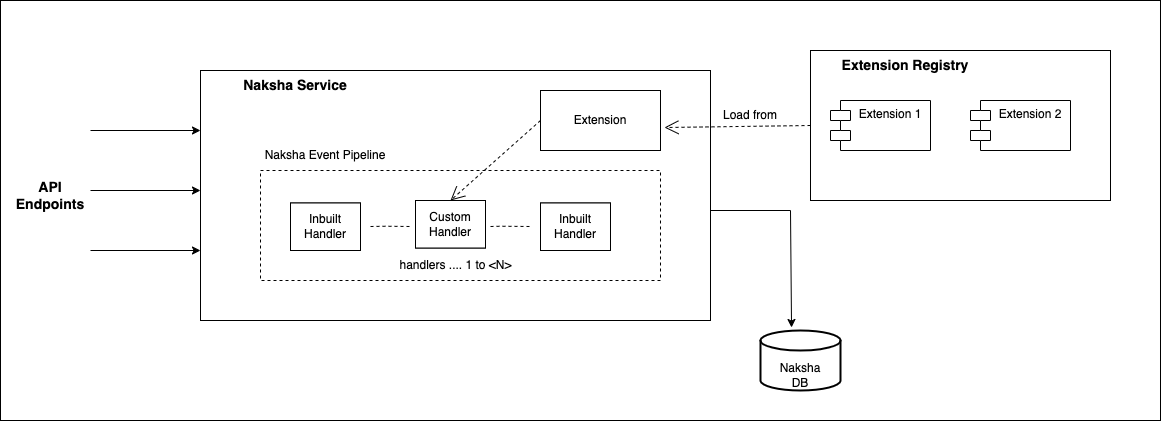
Above: docs/diagrams/extensions_loading.png in heremaps/naksha (draw.io), before the change. Source tidied: cells renumbered, new cells last; positions are measured from the earlier drawing's top-left corner, leaving out a move shared by most shapes. The source it was exported from:
```xml
<mxGraphModel>
  <root>
    <mxCell id="0" />
    <mxCell id="1" parent="0" />
    <mxCell id="2" style="rounded=0;whiteSpace=wrap;html=1;" parent="1" vertex="1">
      <mxGeometry width="1160" height="420" as="geometry" />
    </mxCell>
    <mxCell id="3" style="rounded=0;whiteSpace=wrap;html=1;fillColor=#FFFFFF;strokeColor=#000000;" parent="1" vertex="1">
      <mxGeometry x="200" y="70" width="510" height="250" as="geometry" />
    </mxCell>
    <mxCell id="4" style="rounded=0;whiteSpace=wrap;html=1;dashed=1;fillColor=#FFFFFF;strokeColor=#000000;" parent="1" vertex="1">
      <mxGeometry x="260" y="170" width="400" height="110" as="geometry" />
    </mxCell>
    <mxCell id="5" style="rounded=0;whiteSpace=wrap;html=1;fillColor=#FFFFFF;strokeColor=#000000;" parent="1" vertex="1">
      <mxGeometry x="540" y="90" width="120" height="60" as="geometry" />
    </mxCell>
    <mxCell id="6" style="rounded=0;whiteSpace=wrap;html=1;" parent="1" vertex="1">
      <mxGeometry x="290" y="202.5" width="70" height="45" as="geometry" />
    </mxCell>
    <mxCell id="7" style="rounded=0;whiteSpace=wrap;html=1;" parent="1" vertex="1">
      <mxGeometry x="415" y="202.5" width="70" height="45" as="geometry" />
    </mxCell>
    <mxCell id="8" style="rounded=0;whiteSpace=wrap;html=1;" parent="1" vertex="1">
      <mxGeometry x="540" y="202.5" width="70" height="45" as="geometry" />
    </mxCell>
    <mxCell id="9" style="endArrow=classic;html=1;rounded=0;" parent="1" edge="1">
      <mxGeometry relative="1" as="geometry">
        <mxPoint x="90" y="130" as="sourcePoint" />
        <mxPoint x="200" y="130" as="targetPoint" />
      </mxGeometry>
    </mxCell>
    <mxCell id="10" style="endArrow=classic;html=1;rounded=0;" parent="1" edge="1">
      <mxGeometry relative="1" as="geometry">
        <mxPoint x="90" y="190" as="sourcePoint" />
        <mxPoint x="200" y="190" as="targetPoint" />
      </mxGeometry>
    </mxCell>
    <mxCell id="11" style="endArrow=classic;html=1;rounded=0;" parent="1" edge="1">
      <mxGeometry relative="1" as="geometry">
        <mxPoint x="90" y="250" as="sourcePoint" />
        <mxPoint x="200" y="250" as="targetPoint" />
      </mxGeometry>
    </mxCell>
    <mxCell id="12" style="rounded=0;whiteSpace=wrap;html=1;fillColor=#FFFFFF;" parent="1" vertex="1">
      <mxGeometry x="810" y="50" width="300" height="150" as="geometry" />
    </mxCell>
    <mxCell id="13" style="strokeWidth=2;html=1;shape=mxgraph.flowchart.database;whiteSpace=wrap;fillColor=#FFFFFF;" parent="1" vertex="1">
      <mxGeometry x="760" y="330" width="80" height="60" as="geometry" />
    </mxCell>
    <mxCell id="14" style="endArrow=classic;html=1;rounded=0;entryX=0.388;entryY=-0.05;entryDx=0;entryDy=0;entryPerimeter=0;" parent="1" edge="1" target="13">
      <mxGeometry relative="1" as="geometry">
        <mxPoint x="790" y="210" as="sourcePoint" />
      </mxGeometry>
    </mxCell>
    <mxCell id="15" style="endArrow=none;html=1;rounded=0;" parent="1" edge="1">
      <mxGeometry relative="1" as="geometry">
        <mxPoint x="710" y="210" as="sourcePoint" />
        <mxPoint x="790" y="210" as="targetPoint" />
      </mxGeometry>
    </mxCell>
    <mxCell id="16" value="&lt;b&gt;&lt;font style=&quot;font-size: 14px;&quot;&gt;Naksha Service&lt;/font&gt;&lt;/b&gt;" style="text;strokeColor=none;align=center;fillColor=none;html=1;verticalAlign=middle;whiteSpace=wrap;rounded=0;fontColor=#000000;" parent="1" vertex="1">
      <mxGeometry x="200" y="70" width="190" height="30" as="geometry" />
    </mxCell>
    <mxCell id="17" value="Naksha Event Pipeline" style="text;strokeColor=none;align=center;fillColor=none;html=1;verticalAlign=middle;whiteSpace=wrap;rounded=0;fontColor=#000000;" parent="1" vertex="1">
      <mxGeometry x="255" y="140" width="140" height="30" as="geometry" />
    </mxCell>
    <mxCell id="18" value="Inbuilt&lt;br&gt;Handler" style="text;strokeColor=none;align=center;fillColor=none;html=1;verticalAlign=middle;whiteSpace=wrap;rounded=0;fillColor=#FFFFFF;fontColor=#000000;strokeColor=#000000;" parent="1" vertex="1">
      <mxGeometry x="290" y="202.5" width="70" height="47.5" as="geometry" />
    </mxCell>
    <mxCell id="19" value="Inbuilt&lt;br&gt;Handler" style="text;strokeColor=none;align=center;fillColor=none;html=1;verticalAlign=middle;whiteSpace=wrap;rounded=0;fillColor=#FFFFFF;fontColor=#000000;strokeColor=#000000;" parent="1" vertex="1">
      <mxGeometry x="540" y="202.5" width="70" height="47.5" as="geometry" />
    </mxCell>
    <mxCell id="20" value="Custom&lt;br&gt;Handler" style="text;strokeColor=none;align=center;fillColor=none;html=1;verticalAlign=middle;whiteSpace=wrap;rounded=0;fillColor=#FFFFFF;fontColor=#000000;strokeColor=#000000;" parent="1" vertex="1">
      <mxGeometry x="415" y="200" width="70" height="47.5" as="geometry" />
    </mxCell>
    <mxCell id="21" style="endArrow=none;dashed=1;html=1;rounded=0;strokeColor=#000000;" parent="1" edge="1">
      <mxGeometry relative="1" as="geometry">
        <mxPoint x="370" y="226" as="sourcePoint" />
        <mxPoint x="410" y="226" as="targetPoint" />
        <Array as="points">
          <mxPoint x="385" y="225.8" />
        </Array>
      </mxGeometry>
    </mxCell>
    <mxCell id="22" style="endArrow=none;dashed=1;html=1;rounded=0;strokeColor=#000000;" parent="1" edge="1">
      <mxGeometry relative="1" as="geometry">
        <mxPoint x="490" y="226" as="sourcePoint" />
        <mxPoint x="530" y="226" as="targetPoint" />
        <Array as="points">
          <mxPoint x="500" y="225.8" />
        </Array>
      </mxGeometry>
    </mxCell>
    <mxCell id="23" value="Extension" style="text;strokeColor=none;align=center;fillColor=none;html=1;verticalAlign=middle;whiteSpace=wrap;rounded=0;fillColor=#FFFFFF;fontColor=#000000;" parent="1" vertex="1">
      <mxGeometry x="560" y="102.5" width="80" height="35" as="geometry" />
    </mxCell>
    <mxCell id="24" value="Extension 1" style="shape=module;align=left;spacingLeft=20;align=center;verticalAlign=top;whiteSpace=wrap;html=1;fillColor=#FFFFFF;fontColor=#000000;strokeColor=#000000;" parent="1" vertex="1">
      <mxGeometry x="830" y="100" width="100" height="50" as="geometry" />
    </mxCell>
    <mxCell id="25" value="Extension 2" style="shape=module;align=left;spacingLeft=20;align=center;verticalAlign=top;whiteSpace=wrap;html=1;fillColor=#FFFFFF;fontColor=#000000;strokeColor=#000000;" parent="1" vertex="1">
      <mxGeometry x="970" y="100" width="100" height="50" as="geometry" />
    </mxCell>
    <mxCell id="26" value="&lt;b&gt;&lt;font style=&quot;font-size: 14px;&quot;&gt;Extension Registry&lt;/font&gt;&lt;/b&gt;" style="text;strokeColor=none;align=center;fillColor=none;html=1;verticalAlign=middle;whiteSpace=wrap;rounded=0;fontColor=#000000;" parent="1" vertex="1">
      <mxGeometry x="810" y="50" width="190" height="30" as="geometry" />
    </mxCell>
    <mxCell id="27" value="Naksha&lt;br&gt;DB" style="text;strokeColor=none;align=center;fillColor=none;html=1;verticalAlign=middle;whiteSpace=wrap;rounded=0;fontColor=#000000;" parent="1" vertex="1">
      <mxGeometry x="770" y="360" width="60" height="30" as="geometry" />
    </mxCell>
    <mxCell id="28" style="endArrow=open;endSize=12;dashed=1;html=1;rounded=0;exitX=0;exitY=0.5;exitDx=0;exitDy=0;entryX=1.033;entryY=0.617;entryDx=0;entryDy=0;entryPerimeter=0;" parent="1" edge="1" source="12" target="5">
      <mxGeometry relative="1" as="geometry" />
    </mxCell>
    <mxCell id="29" value="Load from" style="text;strokeColor=none;align=center;fillColor=none;html=1;verticalAlign=middle;whiteSpace=wrap;rounded=0;rotation=0;" parent="1" vertex="1">
      <mxGeometry x="720" y="100" width="60" height="30" as="geometry" />
    </mxCell>
    <mxCell id="30" style="endArrow=open;endSize=12;dashed=1;html=1;rounded=0;entryX=0.5;entryY=0;entryDx=0;entryDy=0;strokeColor=#000000;" parent="1" edge="1" target="20">
      <mxGeometry relative="1" as="geometry">
        <mxPoint x="540" y="120" as="sourcePoint" />
      </mxGeometry>
    </mxCell>
    <mxCell id="31" value="&lt;b&gt;&lt;font style=&quot;font-size: 14px;&quot;&gt;API&lt;br&gt;Endpoints&lt;/font&gt;&lt;/b&gt;" style="text;strokeColor=none;align=center;fillColor=none;html=1;verticalAlign=middle;whiteSpace=wrap;rounded=0;" parent="1" vertex="1">
      <mxGeometry x="20" y="155" width="60" height="80" as="geometry" />
    </mxCell>
    <mxCell id="32" value="handlers .... 1 to &amp;lt;N&amp;gt;" style="text;strokeColor=none;align=center;fillColor=none;html=1;verticalAlign=middle;whiteSpace=wrap;rounded=0;fontColor=#000000;" parent="1" vertex="1">
      <mxGeometry x="367.5" y="250" width="175" height="30" as="geometry" />
    </mxCell>
  </root>
</mxGraphModel>
```
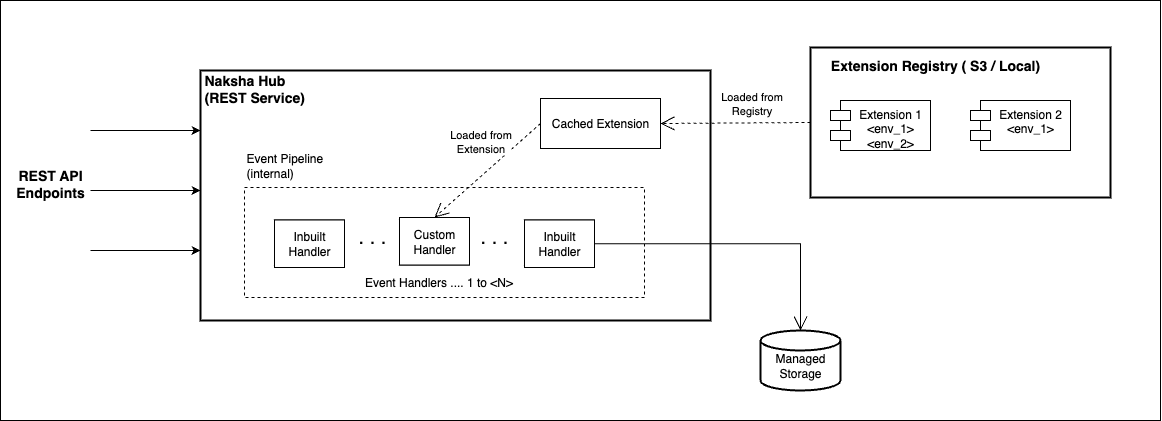
After the commit.

Commit message:
Updated Workflow Diagram.

The edit, as a diff of the source:
```diff
@@ -5,23 +5,23 @@
     <mxCell id="2" style="rounded=0;whiteSpace=wrap;html=1;" parent="1" vertex="1">
       <mxGeometry width="1160" height="420" as="geometry" />
     </mxCell>
-    <mxCell id="3" style="rounded=0;whiteSpace=wrap;html=1;fillColor=#FFFFFF;strokeColor=#000000;" parent="1" vertex="1">
+    <mxCell id="3" style="rounded=0;whiteSpace=wrap;html=1;fillColor=#FFFFFF;strokeColor=#000000;strokeWidth=2;" parent="1" vertex="1">
       <mxGeometry x="200" y="70" width="510" height="250" as="geometry" />
     </mxCell>
     <mxCell id="4" style="rounded=0;whiteSpace=wrap;html=1;dashed=1;fillColor=#FFFFFF;strokeColor=#000000;" parent="1" vertex="1">
-      <mxGeometry x="260" y="170" width="400" height="110" as="geometry" />
+      <mxGeometry x="244" y="187" width="400" height="110" as="geometry" />
     </mxCell>
-    <mxCell id="5" style="rounded=0;whiteSpace=wrap;html=1;fillColor=#FFFFFF;strokeColor=#000000;" parent="1" vertex="1">
-      <mxGeometry x="540" y="90" width="120" height="60" as="geometry" />
+    <mxCell id="5" value="Cached Extension" style="rounded=0;whiteSpace=wrap;html=1;fillColor=#FFFFFF;strokeColor=#000000;" parent="1" vertex="1">
+      <mxGeometry x="540" y="98" width="120" height="50" as="geometry" />
     </mxCell>
     <mxCell id="6" style="rounded=0;whiteSpace=wrap;html=1;" parent="1" vertex="1">
-      <mxGeometry x="290" y="202.5" width="70" height="45" as="geometry" />
+      <mxGeometry x="274" y="219.5" width="70" height="45" as="geometry" />
     </mxCell>
     <mxCell id="7" style="rounded=0;whiteSpace=wrap;html=1;" parent="1" vertex="1">
-      <mxGeometry x="415" y="202.5" width="70" height="45" as="geometry" />
+      <mxGeometry x="399" y="219.5" width="70" height="45" as="geometry" />
     </mxCell>
     <mxCell id="8" style="rounded=0;whiteSpace=wrap;html=1;" parent="1" vertex="1">
-      <mxGeometry x="540" y="202.5" width="70" height="45" as="geometry" />
+      <mxGeometry x="524" y="219.5" width="70" height="45" as="geometry" />
     </mxCell>
     <mxCell id="9" style="endArrow=classic;html=1;rounded=0;" parent="1" edge="1">
       <mxGeometry relative="1" as="geometry">
@@ -41,87 +41,69 @@
         <mxPoint x="200" y="250" as="targetPoint" />
       </mxGeometry>
     </mxCell>
-    <mxCell id="12" style="rounded=0;whiteSpace=wrap;html=1;fillColor=#FFFFFF;" parent="1" vertex="1">
-      <mxGeometry x="810" y="50" width="300" height="150" as="geometry" />
+    <mxCell id="12" style="rounded=0;whiteSpace=wrap;html=1;fillColor=#FFFFFF;strokeWidth=2;" parent="1" vertex="1">
+      <mxGeometry x="810" y="47" width="300" height="150" as="geometry" />
     </mxCell>
     <mxCell id="13" style="strokeWidth=2;html=1;shape=mxgraph.flowchart.database;whiteSpace=wrap;fillColor=#FFFFFF;" parent="1" vertex="1">
       <mxGeometry x="760" y="330" width="80" height="60" as="geometry" />
     </mxCell>
-    <mxCell id="14" style="endArrow=classic;html=1;rounded=0;entryX=0.388;entryY=-0.05;entryDx=0;entryDy=0;entryPerimeter=0;" parent="1" edge="1" target="13">
-      <mxGeometry relative="1" as="geometry">
-        <mxPoint x="790" y="210" as="sourcePoint" />
-      </mxGeometry>
-    </mxCell>
-    <mxCell id="15" style="endArrow=none;html=1;rounded=0;" parent="1" edge="1">
-      <mxGeometry relative="1" as="geometry">
-        <mxPoint x="710" y="210" as="sourcePoint" />
-        <mxPoint x="790" y="210" as="targetPoint" />
-      </mxGeometry>
-    </mxCell>
-    <mxCell id="16" value="&lt;b&gt;&lt;font style=&quot;font-size: 14px;&quot;&gt;Naksha Service&lt;/font&gt;&lt;/b&gt;" style="text;strokeColor=none;align=center;fillColor=none;html=1;verticalAlign=middle;whiteSpace=wrap;rounded=0;fontColor=#000000;" parent="1" vertex="1">
-      <mxGeometry x="200" y="70" width="190" height="30" as="geometry" />
+    <mxCell id="16" value="&lt;b&gt;&lt;font style=&quot;font-size: 14px;&quot;&gt;Naksha Hub&lt;/font&gt;&lt;/b&gt;&lt;div&gt;&lt;b&gt;&lt;font style=&quot;font-size: 14px;&quot;&gt;(REST Service)&lt;/font&gt;&lt;/b&gt;&lt;/div&gt;" style="text;strokeColor=none;align=left;fillColor=none;html=1;verticalAlign=middle;whiteSpace=wrap;rounded=0;fontColor=#000000;" parent="1" vertex="1">
+      <mxGeometry x="202" y="73" width="118" height="30" as="geometry" />
     </mxCell>
-    <mxCell id="17" value="Naksha Event Pipeline" style="text;strokeColor=none;align=center;fillColor=none;html=1;verticalAlign=middle;whiteSpace=wrap;rounded=0;fontColor=#000000;" parent="1" vertex="1">
-      <mxGeometry x="255" y="140" width="140" height="30" as="geometry" />
+    <mxCell id="17" value="&lt;div&gt;Event Pipeline&lt;/div&gt;&lt;div&gt;(internal)&lt;/div&gt;" style="text;strokeColor=none;align=left;fillColor=none;html=1;verticalAlign=middle;whiteSpace=wrap;rounded=0;fontColor=#000000;" parent="1" vertex="1">
+      <mxGeometry x="244" y="150" width="105" height="30" as="geometry" />
     </mxCell>
     <mxCell id="18" value="Inbuilt&lt;br&gt;Handler" style="text;strokeColor=none;align=center;fillColor=none;html=1;verticalAlign=middle;whiteSpace=wrap;rounded=0;fillColor=#FFFFFF;fontColor=#000000;strokeColor=#000000;" parent="1" vertex="1">
-      <mxGeometry x="290" y="202.5" width="70" height="47.5" as="geometry" />
+      <mxGeometry x="274" y="219.5" width="70" height="47.5" as="geometry" />
     </mxCell>
     <mxCell id="19" value="Inbuilt&lt;br&gt;Handler" style="text;strokeColor=none;align=center;fillColor=none;html=1;verticalAlign=middle;whiteSpace=wrap;rounded=0;fillColor=#FFFFFF;fontColor=#000000;strokeColor=#000000;" parent="1" vertex="1">
-      <mxGeometry x="540" y="202.5" width="70" height="47.5" as="geometry" />
+      <mxGeometry x="524" y="219.5" width="70" height="47.5" as="geometry" />
     </mxCell>
     <mxCell id="20" value="Custom&lt;br&gt;Handler" style="text;strokeColor=none;align=center;fillColor=none;html=1;verticalAlign=middle;whiteSpace=wrap;rounded=0;fillColor=#FFFFFF;fontColor=#000000;strokeColor=#000000;" parent="1" vertex="1">
-      <mxGeometry x="415" y="200" width="70" height="47.5" as="geometry" />
+      <mxGeometry x="399" y="217" width="70" height="47.5" as="geometry" />
     </mxCell>
-    <mxCell id="21" style="endArrow=none;dashed=1;html=1;rounded=0;strokeColor=#000000;" parent="1" edge="1">
-      <mxGeometry relative="1" as="geometry">
-        <mxPoint x="370" y="226" as="sourcePoint" />
-        <mxPoint x="410" y="226" as="targetPoint" />
-        <Array as="points">
-          <mxPoint x="385" y="225.8" />
-        </Array>
-      </mxGeometry>
-    </mxCell>
-    <mxCell id="22" style="endArrow=none;dashed=1;html=1;rounded=0;strokeColor=#000000;" parent="1" edge="1">
-      <mxGeometry relative="1" as="geometry">
-        <mxPoint x="490" y="226" as="sourcePoint" />
-        <mxPoint x="530" y="226" as="targetPoint" />
-        <Array as="points">
-          <mxPoint x="500" y="225.8" />
-        </Array>
-      </mxGeometry>
-    </mxCell>
-    <mxCell id="23" value="Extension" style="text;strokeColor=none;align=center;fillColor=none;html=1;verticalAlign=middle;whiteSpace=wrap;rounded=0;fillColor=#FFFFFF;fontColor=#000000;" parent="1" vertex="1">
-      <mxGeometry x="560" y="102.5" width="80" height="35" as="geometry" />
-    </mxCell>
-    <mxCell id="24" value="Extension 1" style="shape=module;align=left;spacingLeft=20;align=center;verticalAlign=top;whiteSpace=wrap;html=1;fillColor=#FFFFFF;fontColor=#000000;strokeColor=#000000;" parent="1" vertex="1">
+    <mxCell id="24" value="Extension 1&lt;div&gt;&amp;lt;env_1&amp;gt;&lt;/div&gt;&lt;div&gt;&amp;lt;env_2&amp;gt;&lt;/div&gt;" style="shape=module;align=left;spacingLeft=20;align=center;verticalAlign=top;whiteSpace=wrap;html=1;fillColor=#FFFFFF;fontColor=#000000;strokeColor=#000000;" parent="1" vertex="1">
       <mxGeometry x="830" y="100" width="100" height="50" as="geometry" />
     </mxCell>
-    <mxCell id="25" value="Extension 2" style="shape=module;align=left;spacingLeft=20;align=center;verticalAlign=top;whiteSpace=wrap;html=1;fillColor=#FFFFFF;fontColor=#000000;strokeColor=#000000;" parent="1" vertex="1">
+    <mxCell id="25" value="Extension 2&lt;div&gt;&amp;lt;env_1&amp;gt;&lt;/div&gt;" style="shape=module;align=left;spacingLeft=20;align=center;verticalAlign=top;whiteSpace=wrap;html=1;fillColor=#FFFFFF;fontColor=#000000;strokeColor=#000000;" parent="1" vertex="1">
       <mxGeometry x="970" y="100" width="100" height="50" as="geometry" />
     </mxCell>
-    <mxCell id="26" value="&lt;b&gt;&lt;font style=&quot;font-size: 14px;&quot;&gt;Extension Registry&lt;/font&gt;&lt;/b&gt;" style="text;strokeColor=none;align=center;fillColor=none;html=1;verticalAlign=middle;whiteSpace=wrap;rounded=0;fontColor=#000000;" parent="1" vertex="1">
-      <mxGeometry x="810" y="50" width="190" height="30" as="geometry" />
+    <mxCell id="26" value="&lt;b&gt;&lt;font style=&quot;font-size: 14px;&quot;&gt;Extension Registry ( S3 / Local)&lt;/font&gt;&lt;/b&gt;" style="text;strokeColor=none;align=center;fillColor=none;html=1;verticalAlign=middle;whiteSpace=wrap;rounded=0;fontColor=#000000;" parent="1" vertex="1">
+      <mxGeometry x="810" y="50" width="250" height="30" as="geometry" />
     </mxCell>
-    <mxCell id="27" value="Naksha&lt;br&gt;DB" style="text;strokeColor=none;align=center;fillColor=none;html=1;verticalAlign=middle;whiteSpace=wrap;rounded=0;fontColor=#000000;" parent="1" vertex="1">
-      <mxGeometry x="770" y="360" width="60" height="30" as="geometry" />
+    <mxCell id="27" value="Managed Storage" style="text;strokeColor=none;align=center;fillColor=none;html=1;verticalAlign=middle;whiteSpace=wrap;rounded=0;fontColor=#000000;" parent="1" vertex="1">
+      <mxGeometry x="770" y="350" width="60" height="30" as="geometry" />
     </mxCell>
-    <mxCell id="28" style="endArrow=open;endSize=12;dashed=1;html=1;rounded=0;exitX=0;exitY=0.5;exitDx=0;exitDy=0;entryX=1.033;entryY=0.617;entryDx=0;entryDy=0;entryPerimeter=0;" parent="1" edge="1" source="12" target="5">
+    <mxCell id="28" style="endArrow=open;endSize=12;dashed=1;html=1;rounded=0;exitX=0;exitY=0.5;exitDx=0;exitDy=0;entryX=1;entryY=0.5;entryDx=0;entryDy=0;" parent="1" edge="1" source="12" target="5">
       <mxGeometry relative="1" as="geometry" />
     </mxCell>
-    <mxCell id="29" value="Load from" style="text;strokeColor=none;align=center;fillColor=none;html=1;verticalAlign=middle;whiteSpace=wrap;rounded=0;rotation=0;" parent="1" vertex="1">
-      <mxGeometry x="720" y="100" width="60" height="30" as="geometry" />
-    </mxCell>
+    <mxCell id="33" value="Loaded from&lt;div&gt;Registry&lt;/div&gt;" style="edgeLabel;html=1;align=center;verticalAlign=middle;" parent="28" vertex="1">
+      <mxGeometry x="0.02" y="2" relative="1" as="geometry">
+        <mxPoint x="17" y="-22" as="offset" />
+      </mxGeometry>
+    </mxCell>
-    <mxCell id="30" style="endArrow=open;endSize=12;dashed=1;html=1;rounded=0;entryX=0.5;entryY=0;entryDx=0;entryDy=0;strokeColor=#000000;" parent="1" edge="1" target="20">
-      <mxGeometry relative="1" as="geometry">
-        <mxPoint x="540" y="120" as="sourcePoint" />
-      </mxGeometry>
+    <mxCell id="30" style="endArrow=open;endSize=12;dashed=1;html=1;rounded=0;entryX=0.5;entryY=0;entryDx=0;entryDy=0;strokeColor=#000000;exitX=0;exitY=0.5;exitDx=0;exitDy=0;" parent="1" edge="1" source="5" target="20">
+      <mxGeometry relative="1" as="geometry" />
     </mxCell>
+    <mxCell id="34" value="Loaded from&lt;div&gt;Extension&lt;/div&gt;" style="edgeLabel;html=1;align=center;verticalAlign=middle;" parent="30" vertex="1">
+      <mxGeometry x="-0.21" y="-1" relative="1" as="geometry">
+        <mxPoint x="-18" y="-19" as="offset" />
+      </mxGeometry>
+    </mxCell>
-    <mxCell id="31" value="&lt;b&gt;&lt;font style=&quot;font-size: 14px;&quot;&gt;API&lt;br&gt;Endpoints&lt;/font&gt;&lt;/b&gt;" style="text;strokeColor=none;align=center;fillColor=none;html=1;verticalAlign=middle;whiteSpace=wrap;rounded=0;" parent="1" vertex="1">
-      <mxGeometry x="20" y="155" width="60" height="80" as="geometry" />
+    <mxCell id="31" value="&lt;b&gt;&lt;font style=&quot;font-size: 14px;&quot;&gt;REST API&lt;br&gt;Endpoints&lt;/font&gt;&lt;/b&gt;" style="text;strokeColor=none;align=center;fillColor=none;html=1;verticalAlign=middle;whiteSpace=wrap;rounded=0;" parent="1" vertex="1">
+      <mxGeometry x="20" y="155" width="60" height="55" as="geometry" />
     </mxCell>
-    <mxCell id="32" value="handlers .... 1 to &amp;lt;N&amp;gt;" style="text;strokeColor=none;align=center;fillColor=none;html=1;verticalAlign=middle;whiteSpace=wrap;rounded=0;fontColor=#000000;" parent="1" vertex="1">
-      <mxGeometry x="367.5" y="250" width="175" height="30" as="geometry" />
+    <mxCell id="32" value="Event Handlers .... 1 to &amp;lt;N&amp;gt;" style="text;strokeColor=none;align=center;fillColor=none;html=1;verticalAlign=middle;whiteSpace=wrap;rounded=0;fontColor=#000000;" parent="1" vertex="1">
+      <mxGeometry x="351.5" y="267" width="175" height="30" as="geometry" />
     </mxCell>
+    <mxCell id="35" style="endArrow=open;html=1;rounded=0;entryX=0.5;entryY=0;entryDx=0;entryDy=0;entryPerimeter=0;exitX=1;exitY=0.5;exitDx=0;exitDy=0;edgeStyle=orthogonalEdgeStyle;endFill=0;endSize=12;" parent="1" edge="1" source="19" target="13">
+      <mxGeometry relative="1" as="geometry" />
+    </mxCell>
+    <mxCell id="36" value="&lt;font style=&quot;font-size: 20px;&quot;&gt;. . .&lt;/font&gt;" style="text;html=1;align=center;verticalAlign=middle;whiteSpace=wrap;rounded=0;" parent="1" vertex="1">
+      <mxGeometry x="464" y="220.8" width="60" height="30" as="geometry" />
+    </mxCell>
+    <mxCell id="37" value="&lt;font style=&quot;font-size: 20px;&quot;&gt;. . .&lt;/font&gt;" style="text;html=1;align=center;verticalAlign=middle;whiteSpace=wrap;rounded=0;" parent="1" vertex="1">
+      <mxGeometry x="342" y="220.8" width="60" height="30" as="geometry" />
+    </mxCell>
   </root>
 </mxGraphModel>
```
